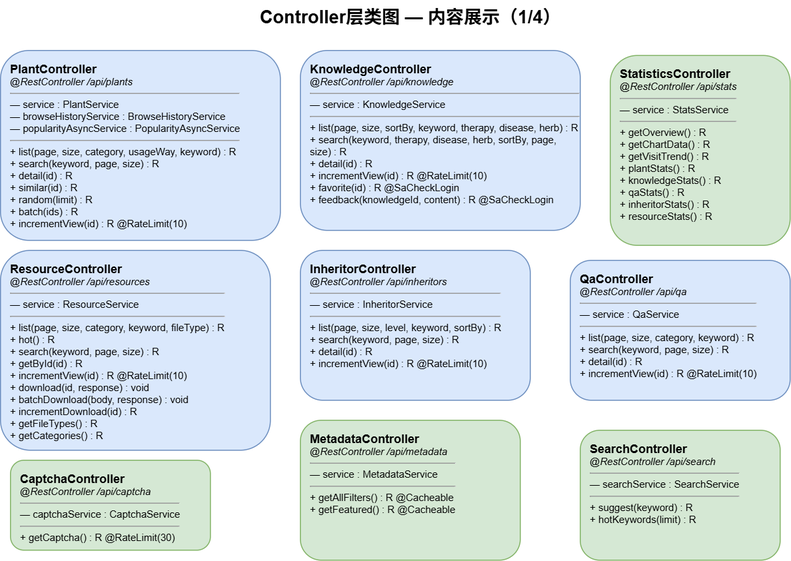
The draw.io diagram docs/diagrams-png/class-content.drawio.png in yhe3603-star/Graduation-Project, before a commit. Source tidied: cells renumbered, new cells last; positions are measured from the earlier drawing's top-left corner, leaving out a move shared by most shapes. Its diagram source:
```xml
<mxGraphModel>
  <root>
    <mxCell id="0" />
    <mxCell id="1" parent="0" />
    <mxCell id="2" value="Controller层类图 — &lt;span style=&quot;background-color: transparent; color: light-dark(rgb(0, 0, 0), rgb(255, 255, 255));&quot;&gt;内容展示（1/4）&lt;/span&gt;" style="text;html=1;fontSize=18;fontStyle=1;align=center;" parent="1" vertex="1">
      <mxGeometry x="210" width="400" height="35" as="geometry" />
    </mxCell>
    <mxCell id="3" value="&lt;b style='font-size:12px'&gt;PlantController&lt;/b&gt;&lt;br&gt;&lt;i&gt;@RestController /api/plants&lt;/i&gt;&lt;hr size='1'&gt;— service : PlantService&lt;br&gt;— browseHistoryService : BrowseHistoryService&lt;br&gt;— popularityAsyncService : PopularityAsyncService&lt;hr size='1'&gt;+ list(page, size, category, usageWay, keyword) : R&lt;Map&gt;&lt;br&gt;+ search(keyword, page, size) : R&lt;Map&gt;&lt;br&gt;+ detail(id) : R&lt;Plant&gt;&lt;br&gt;+ similar(id) : R&lt;List&gt;&lt;br&gt;+ random(limit) : R&lt;List&gt;&lt;br&gt;+ batch(ids) : R&lt;List&gt;&lt;br&gt;+ incrementView(id) : R&lt;String&gt;  @RateLimit(10)" style="rounded=1;whiteSpace=wrap;html=1;fillColor=#dae8fc;strokeColor=#6c8ebf;fontSize=10;align=left;verticalAlign=top;spacingLeft=8;spacingTop=5;" parent="1" vertex="1">
      <mxGeometry y="50" width="280" height="190" as="geometry" />
    </mxCell>
    <mxCell id="4" value="&lt;b style='font-size:12px'&gt;KnowledgeController&lt;/b&gt;&lt;br&gt;&lt;i&gt;@RestController /api/knowledge&lt;/i&gt;&lt;hr size='1'&gt;— service : KnowledgeService&lt;hr size='1'&gt;+ list(page, size, sortBy, keyword, therapy, disease, herb) : R&lt;Map&gt;&lt;br&gt;+ search(keyword, therapy, disease, herb, sortBy, page, size) : R&lt;Map&gt;&lt;br&gt;+ detail(id) : R&lt;Knowledge&gt;&lt;br&gt;+ incrementView(id) : R&lt;String&gt;  @RateLimit(10)&lt;br&gt;+ favorite(id) : R&lt;String&gt;  @SaCheckLogin&lt;br&gt;+ feedback(knowledgeId, content) : R&lt;String&gt;  @SaCheckLogin" style="rounded=1;whiteSpace=wrap;html=1;fillColor=#dae8fc;strokeColor=#6c8ebf;fontSize=10;align=left;verticalAlign=top;spacingLeft=8;spacingTop=5;" parent="1" vertex="1">
      <mxGeometry x="300" y="50" width="280" height="180" as="geometry" />
    </mxCell>
    <mxCell id="5" value="&lt;b style='font-size:12px'&gt;InheritorController&lt;/b&gt;&lt;br&gt;&lt;i&gt;@RestController /api/inheritors&lt;/i&gt;&lt;hr size='1'&gt;— service : InheritorService&lt;hr size='1'&gt;+ list(page, size, level, keyword, sortBy) : R&lt;Map&gt;&lt;br&gt;+ search(keyword, page, size) : R&lt;Map&gt;&lt;br&gt;+ detail(id) : R&lt;Inheritor&gt;&lt;br&gt;+ incrementView(id) : R&lt;String&gt;  @RateLimit(10)" style="rounded=1;whiteSpace=wrap;html=1;fillColor=#dae8fc;strokeColor=#6c8ebf;fontSize=10;align=left;verticalAlign=top;spacingLeft=8;spacingTop=5;" parent="1" vertex="1">
      <mxGeometry x="300" y="250" width="230" height="150" as="geometry" />
    </mxCell>
    <mxCell id="6" value="&lt;b style='font-size:12px'&gt;ResourceController&lt;/b&gt;&lt;br&gt;&lt;i&gt;@RestController /api/resources&lt;/i&gt;&lt;hr size='1'&gt;— service : ResourceService&lt;hr size='1'&gt;+ list(page, size, category, keyword, fileType) : R&lt;Map&gt;&lt;br&gt;+ hot() : R&lt;List&gt;&lt;br&gt;+ search(keyword, page, size) : R&lt;Map&gt;&lt;br&gt;+ getById(id) : R&lt;Resource&gt;&lt;br&gt;+ incrementView(id) : R&lt;String&gt;  @RateLimit(10)&lt;br&gt;+ download(id, response) : void&lt;br&gt;+ batchDownload(body, response) : void&lt;br&gt;+ incrementDownload(id) : R&lt;String&gt;&lt;br&gt;+ getFileTypes() : R&lt;List&gt;&lt;br&gt;+ getCategories() : R&lt;List&gt;" style="rounded=1;whiteSpace=wrap;html=1;fillColor=#dae8fc;strokeColor=#6c8ebf;fontSize=10;align=left;verticalAlign=top;spacingLeft=8;spacingTop=5;" parent="1" vertex="1">
      <mxGeometry y="250" width="270" height="200" as="geometry" />
    </mxCell>
    <mxCell id="7" value="&lt;b style='font-size:12px'&gt;QaController&lt;/b&gt;&lt;br&gt;&lt;i&gt;@RestController /api/qa&lt;/i&gt;&lt;hr size='1'&gt;— service : QaService&lt;hr size='1'&gt;+ list(page, size, category, keyword) : R&lt;Map&gt;&lt;br&gt;+ search(keyword, page, size) : R&lt;Map&gt;&lt;br&gt;+ detail(id) : R&lt;Qa&gt;&lt;br&gt;+ incrementView(id) : R&lt;String&gt;  @RateLimit(10)" style="rounded=1;whiteSpace=wrap;html=1;fillColor=#dae8fc;strokeColor=#6c8ebf;fontSize=10;align=left;verticalAlign=top;spacingLeft=8;spacingTop=5;" parent="1" vertex="1">
      <mxGeometry x="570" y="260" width="220" height="140" as="geometry" />
    </mxCell>
    <mxCell id="8" value="&lt;b style='font-size:12px'&gt;StatisticsController&lt;/b&gt;&lt;br&gt;&lt;i&gt;@RestController /api/stats&lt;/i&gt;&lt;hr size='1'&gt;— service : StatsService&lt;hr size='1'&gt;+ getOverview() : R&lt;Map&gt;&lt;br&gt;+ getChartData() : R&lt;Map&gt;&lt;br&gt;+ getVisitTrend() : R&lt;Map&gt;&lt;br&gt;+ plantStats() : R&lt;Map&gt;&lt;br&gt;+ knowledgeStats() : R&lt;Map&gt;&lt;br&gt;+ qaStats() : R&lt;Map&gt;&lt;br&gt;+ inheritorStats() : R&lt;Map&gt;&lt;br&gt;+ resourceStats() : R&lt;Map&gt;" style="rounded=1;whiteSpace=wrap;html=1;fillColor=#d5e8d4;strokeColor=#82b366;fontSize=10;align=left;verticalAlign=top;spacingLeft=8;spacingTop=5;" parent="1" vertex="1">
      <mxGeometry x="610" y="55" width="180" height="190" as="geometry" />
    </mxCell>
    <mxCell id="9" value="&lt;b style='font-size:12px'&gt;MetadataController&lt;/b&gt;&lt;br&gt;&lt;i&gt;@RestController /api/metadata&lt;/i&gt;&lt;hr size='1'&gt;— service : MetadataService&lt;hr size='1'&gt;+ getAllFilters() : R&lt;Map&gt;  @Cacheable&lt;br&gt;+ getFeatured() : R&lt;Map&gt;  @Cacheable" style="rounded=1;whiteSpace=wrap;html=1;fillColor=#d5e8d4;strokeColor=#82b366;fontSize=10;align=left;verticalAlign=top;spacingLeft=8;spacingTop=5;" parent="1" vertex="1">
      <mxGeometry x="300" y="420" width="220" height="140" as="geometry" />
    </mxCell>
    <mxCell id="10" value="&lt;b style='font-size:12px'&gt;SearchController&lt;/b&gt;&lt;br&gt;&lt;i&gt;@RestController /api/search&lt;/i&gt;&lt;hr size='1'&gt;— searchService : SearchService&lt;hr size='1'&gt;+ suggest(keyword) : R&lt;List&gt;&lt;br&gt;+ hotKeywords(limit) : R&lt;List&gt;" style="rounded=1;whiteSpace=wrap;html=1;fillColor=#d5e8d4;strokeColor=#82b366;fontSize=10;align=left;verticalAlign=top;spacingLeft=8;spacingTop=5;" parent="1" vertex="1">
      <mxGeometry x="580" y="430" width="200" height="130" as="geometry" />
    </mxCell>
    <mxCell id="11" value="&lt;b style='font-size:12px'&gt;CaptchaController&lt;/b&gt;&lt;br&gt;&lt;i&gt;@RestController /api/captcha&lt;/i&gt;&lt;hr size='1'&gt;— captchaService : CaptchaService&lt;hr size='1'&gt;+ getCaptcha() : R&lt;CaptchaDTO&gt;  @RateLimit(30)" style="rounded=1;whiteSpace=wrap;html=1;fillColor=#d5e8d4;strokeColor=#82b366;fontSize=10;align=left;verticalAlign=top;spacingLeft=8;spacingTop=5;" parent="1" vertex="1">
      <mxGeometry x="10" y="460" width="200" height="90" as="geometry" />
    </mxCell>
  </root>
</mxGraphModel>
```
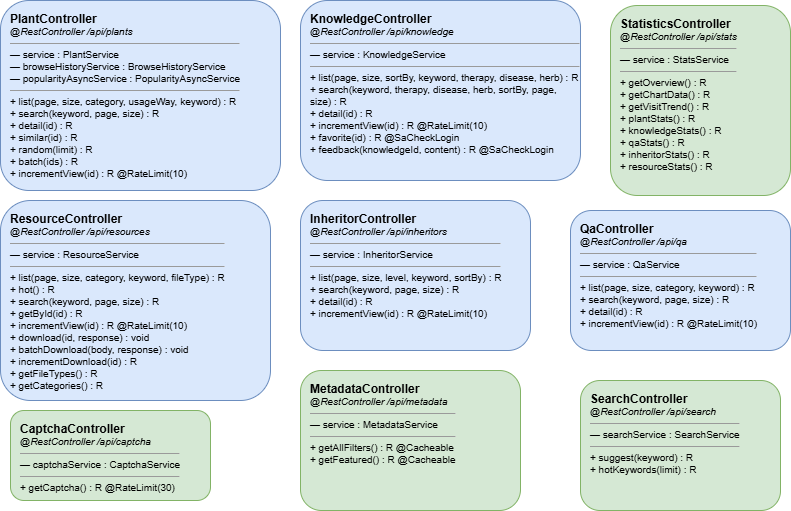
Later version of the same file.

Diff of the diagram source:
```diff
@@ -2,9 +2,6 @@
   <root>
     <mxCell id="0" />
     <mxCell id="1" parent="0" />
-    <mxCell id="2" value="Controller层类图 — &lt;span style=&quot;background-color: transparent; color: light-dark(rgb(0, 0, 0), rgb(255, 255, 255));&quot;&gt;内容展示（1/4）&lt;/span&gt;" style="text;html=1;fontSize=18;fontStyle=1;align=center;" parent="1" vertex="1">
-      <mxGeometry x="210" width="400" height="35" as="geometry" />
-    </mxCell>
     <mxCell id="3" value="&lt;b style='font-size:12px'&gt;PlantController&lt;/b&gt;&lt;br&gt;&lt;i&gt;@RestController /api/plants&lt;/i&gt;&lt;hr size='1'&gt;— service : PlantService&lt;br&gt;— browseHistoryService : BrowseHistoryService&lt;br&gt;— popularityAsyncService : PopularityAsyncService&lt;hr size='1'&gt;+ list(page, size, category, usageWay, keyword) : R&lt;Map&gt;&lt;br&gt;+ search(keyword, page, size) : R&lt;Map&gt;&lt;br&gt;+ detail(id) : R&lt;Plant&gt;&lt;br&gt;+ similar(id) : R&lt;List&gt;&lt;br&gt;+ random(limit) : R&lt;List&gt;&lt;br&gt;+ batch(ids) : R&lt;List&gt;&lt;br&gt;+ incrementView(id) : R&lt;String&gt;  @RateLimit(10)" style="rounded=1;whiteSpace=wrap;html=1;fillColor=#dae8fc;strokeColor=#6c8ebf;fontSize=10;align=left;verticalAlign=top;spacingLeft=8;spacingTop=5;" parent="1" vertex="1">
       <mxGeometry y="50" width="280" height="190" as="geometry" />
     </mxCell>
```
